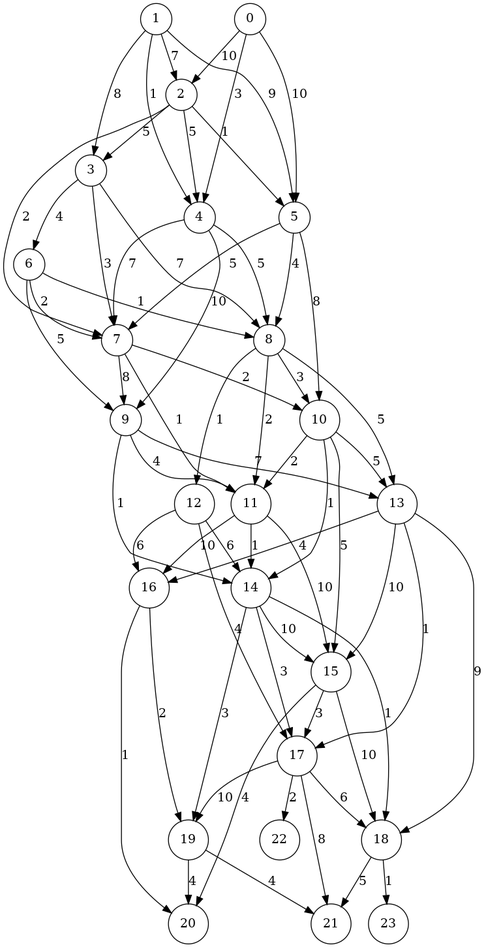
Before: figures/graph9.png, a diagram exported from Graphviz (kaygun/ford-fulkerson). Its source is kept beside it as figures/graph9.dot. The source it was exported from:
```dot
digraph G {
node[shape=circle];
"8" -> "11" [label=2];
"16" -> "19" [label=2];
"10" -> "14" [label=1];
"18" -> "23" [label=1];
"13" -> "15" [label=10];
"7" -> "11" [label=1];
"12" -> "17" [label=4];
"10" -> "15" [label=5];
"14" -> "17" [label=3];
"2" -> "3" [label=5];
"2" -> "5" [label=1];
"10" -> "13" [label=5];
"15" -> "17" [label=3];
"6" -> "7" [label=2];
"12" -> "14" [label=6];
"5" -> "10" [label=8];
"0" -> "5" [label=10];
"17" -> "18" [label=6];
"11" -> "14" [label=1];
"8" -> "10" [label=3];
"14" -> "19" [label=3];
"4" -> "7" [label=7];
"4" -> "9" [label=10];
"15" -> "20" [label=4];
"14" -> "15" [label=10];
"1" -> "4" [label=1];
"5" -> "7" [label=5];
"1" -> "3" [label=8];
"4" -> "8" [label=5];
"10" -> "11" [label=2];
"1" -> "5" [label=9];
"9" -> "14" [label=1];
"15" -> "18" [label=10];
"5" -> "8" [label=4];
"8" -> "13" [label=5];
"6" -> "8" [label=1];
"9" -> "11" [label=4];
"7" -> "9" [label=8];
"2" -> "7" [label=2];
"13" -> "17" [label=1];
"2" -> "4" [label=5];
"3" -> "6" [label=4];
"7" -> "10" [label=2];
"0" -> "2" [label=10];
"6" -> "9" [label=5];
"11" -> "15" [label=10];
"19" -> "21" [label=4];
"0" -> "4" [label=3];
"14" -> "18" [label=1];
"9" -> "13" [label=7];
"13" -> "16" [label=4];
"13" -> "18" [label=9];
"3" -> "8" [label=7];
"17" -> "19" [label=10];
"3" -> "7" [label=3];
"16" -> "20" [label=1];
"18" -> "21" [label=5];
"8" -> "12" [label=1];
"12" -> "16" [label=6];
"1" -> "2" [label=7];
"17" -> "22" [label=2];
"19" -> "20" [label=4];
"11" -> "16" [label=10];
"17" -> "21" [label=8];
}
```
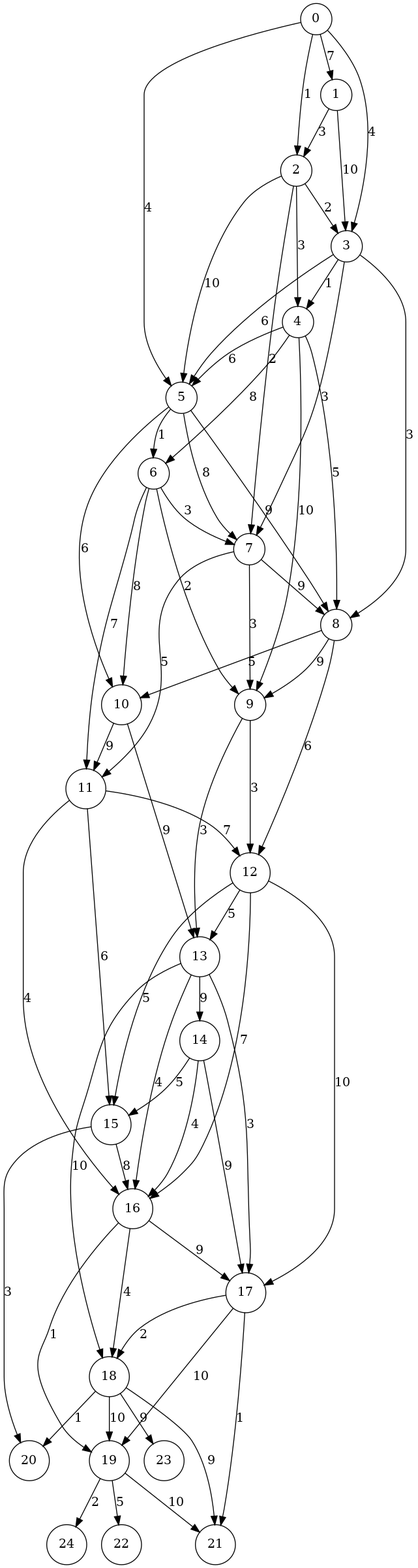
The same file after the commit.

The edit, as a diff of the source:
```diff
@@ -1,67 +1,68 @@
 digraph G {
 node[shape=circle];
-"8" -> "11" [label=2];
-"16" -> "19" [label=2];
-"10" -> "14" [label=1];
-"18" -> "23" [label=1];
-"13" -> "15" [label=10];
-"7" -> "11" [label=1];
-"12" -> "17" [label=4];
-"10" -> "15" [label=5];
-"14" -> "17" [label=3];
-"2" -> "3" [label=5];
-"2" -> "5" [label=1];
-"10" -> "13" [label=5];
-"15" -> "17" [label=3];
-"6" -> "7" [label=2];
-"12" -> "14" [label=6];
-"5" -> "10" [label=8];
-"0" -> "5" [label=10];
-"17" -> "18" [label=6];
-"11" -> "14" [label=1];
-"8" -> "10" [label=3];
-"14" -> "19" [label=3];
-"4" -> "7" [label=7];
+"16" -> "19" [label=1];
+"8" -> "9" [label=9];
+"18" -> "23" [label=9];
+"7" -> "11" [label=5];
+"12" -> "17" [label=10];
+"14" -> "17" [label=9];
+"2" -> "3" [label=2];
+"2" -> "5" [label=10];
+"15" -> "16" [label=8];
+"10" -> "13" [label=9];
+"6" -> "7" [label=3];
+"12" -> "13" [label=5];
+"5" -> "10" [label=6];
+"0" -> "5" [label=4];
+"3" -> "4" [label=1];
+"19" -> "24" [label=2];
+"17" -> "18" [label=2];
+"19" -> "22" [label=5];
+"18" -> "19" [label=10];
+"7" -> "8" [label=9];
+"8" -> "10" [label=5];
+"9" -> "12" [label=3];
 "4" -> "9" [label=10];
-"15" -> "20" [label=4];
-"14" -> "15" [label=10];
-"1" -> "4" [label=1];
-"5" -> "7" [label=5];
-"1" -> "3" [label=8];
+"15" -> "20" [label=3];
+"4" -> "6" [label=8];
+"14" -> "15" [label=5];
+"5" -> "7" [label=8];
+"11" -> "12" [label=7];
+"1" -> "3" [label=10];
 "4" -> "8" [label=5];
-"10" -> "11" [label=2];
-"1" -> "5" [label=9];
-"9" -> "14" [label=1];
-"15" -> "18" [label=10];
-"5" -> "8" [label=4];
-"8" -> "13" [label=5];
-"6" -> "8" [label=1];
-"9" -> "11" [label=4];
-"7" -> "9" [label=8];
+"10" -> "11" [label=9];
+"16" -> "17" [label=9];
+"0" -> "3" [label=4];
+"5" -> "6" [label=1];
+"5" -> "8" [label=9];
+"16" -> "18" [label=4];
+"6" -> "11" [label=7];
+"7" -> "9" [label=3];
 "2" -> "7" [label=2];
-"13" -> "17" [label=1];
-"2" -> "4" [label=5];
-"3" -> "6" [label=4];
-"7" -> "10" [label=2];
-"0" -> "2" [label=10];
-"6" -> "9" [label=5];
-"11" -> "15" [label=10];
-"19" -> "21" [label=4];
-"0" -> "4" [label=3];
-"14" -> "18" [label=1];
-"9" -> "13" [label=7];
+"13" -> "17" [label=3];
+"2" -> "4" [label=3];
+"12" -> "15" [label=5];
+"4" -> "5" [label=6];
+"0" -> "2" [label=1];
+"6" -> "9" [label=2];
+"11" -> "15" [label=6];
+"19" -> "21" [label=10];
+"9" -> "13" [label=3];
 "13" -> "16" [label=4];
-"13" -> "18" [label=9];
-"3" -> "8" [label=7];
+"13" -> "18" [label=10];
+"6" -> "10" [label=8];
+"3" -> "8" [label=3];
+"14" -> "16" [label=4];
 "17" -> "19" [label=10];
 "3" -> "7" [label=3];
-"16" -> "20" [label=1];
-"18" -> "21" [label=5];
-"8" -> "12" [label=1];
-"12" -> "16" [label=6];
-"1" -> "2" [label=7];
-"17" -> "22" [label=2];
-"19" -> "20" [label=4];
-"11" -> "16" [label=10];
-"17" -> "21" [label=8];
+"18" -> "21" [label=9];
+"8" -> "12" [label=6];
+"12" -> "16" [label=7];
+"1" -> "2" [label=3];
+"18" -> "20" [label=1];
+"3" -> "5" [label=6];
+"13" -> "14" [label=9];
+"11" -> "16" [label=4];
+"0" -> "1" [label=7];
+"17" -> "21" [label=1];
 }
```
